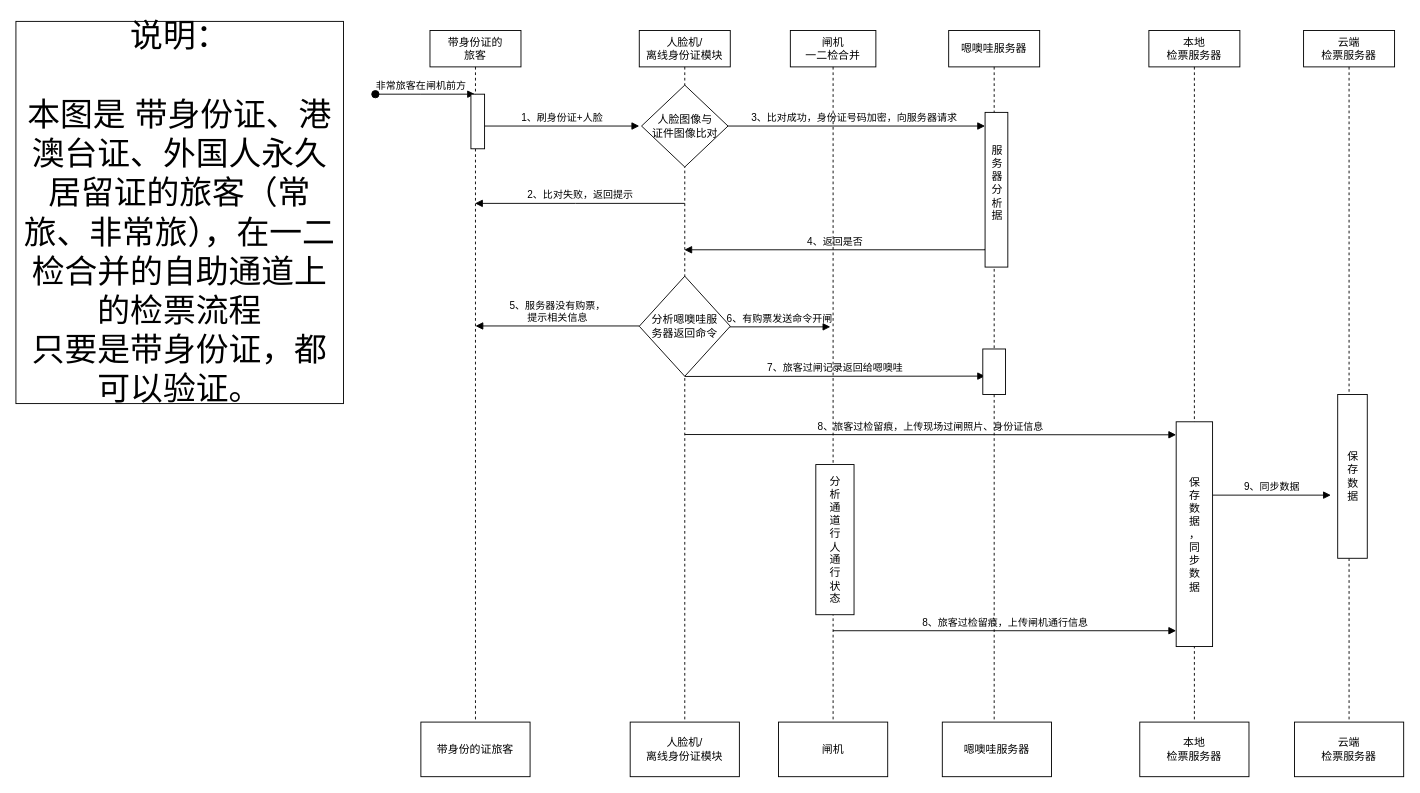
Before: 带身份证游客--自助通道.drawio in liucg63/-, a draw.io diagram. Source tidied: cells renumbered, new cells numbered last; positions are measured from the earlier drawing's top-left corner, leaving out a move shared by most shapes. Both pictures are drawn from the tidied source at 91%, with x=0, y=0 at pixel (15, 21).
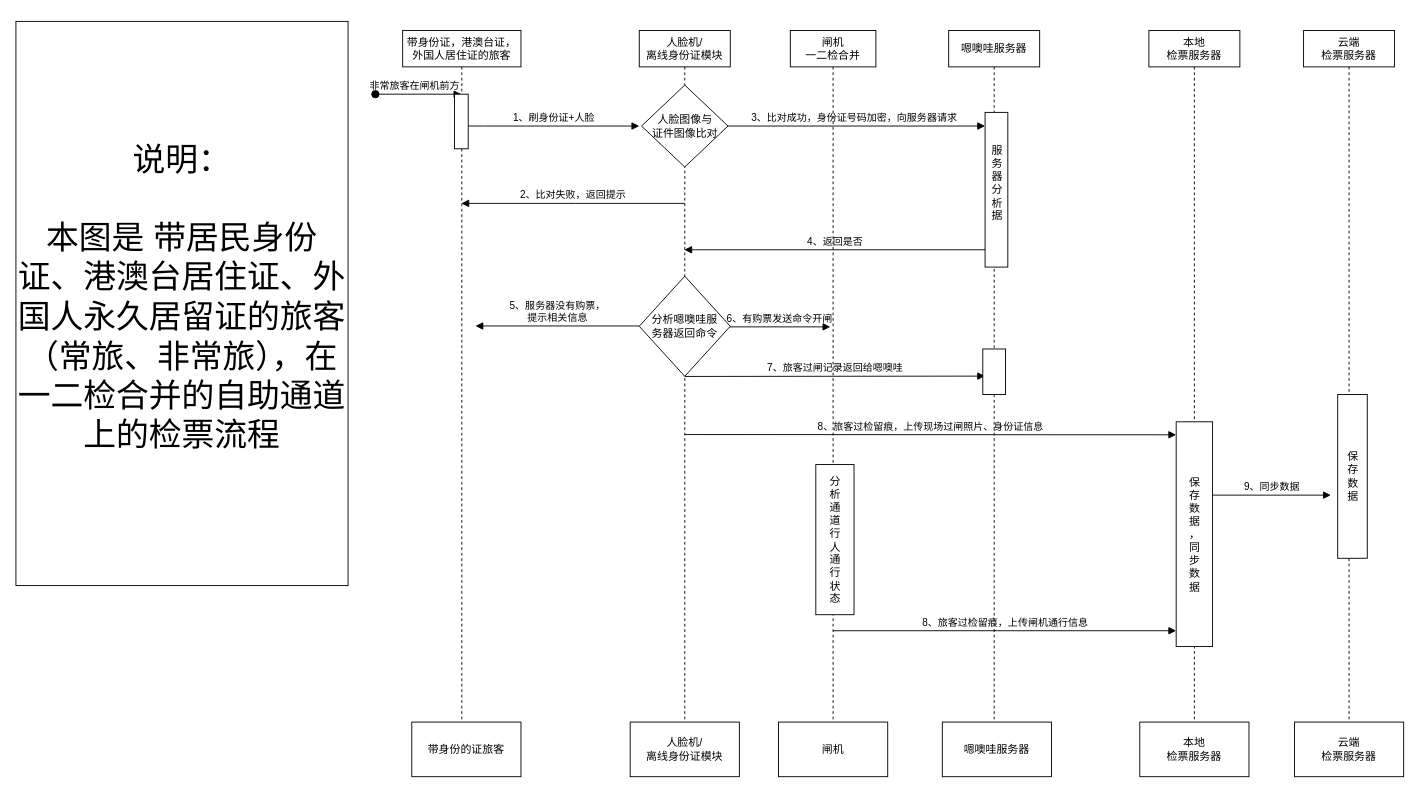
After the change.

Commit message (it also covers changes not shown here):
更新带身份证游客--自助通道.drawio

The edit, as a diff of the source:
```diff
@@
     <mxCell id="12" style="group;" parent="1" vertex="1">
-      <mxGeometry x="445" y="10" width="120" height="820" as="geometry" />
+      <mxGeometry x="435" y="10" width="120" height="820" as="geometry" />
     </mxCell>
-    <mxCell id="13" value="带身份证的&lt;div&gt;旅客&lt;/div&gt;" style="shape=umlLifeline;perimeter=lifelinePerimeter;whiteSpace=wrap;html=1;outlineConnect=0;portConstraint=eastwest;newEdgeStyle={&quot;edgeStyle&quot;:&quot;elbowEdgeStyle&quot;,&quot;elbow&quot;:&quot;vertical&quot;,&quot;curved&quot;:0,&quot;rounded&quot;:0};labelBackgroundColor=none;" parent="12" vertex="1">
-      <mxGeometry x="10" width="100" height="760" as="geometry" />
+    <mxCell id="13" value="带身份证，港澳台证，外国人居住证的&lt;span style=&quot;background-color: transparent; color: light-dark(rgb(0, 0, 0), rgb(255, 255, 255));&quot;&gt;旅客&lt;/span&gt;" style="shape=umlLifeline;perimeter=lifelinePerimeter;whiteSpace=wrap;html=1;outlineConnect=0;portConstraint=eastwest;newEdgeStyle={&quot;edgeStyle&quot;:&quot;elbowEdgeStyle&quot;,&quot;elbow&quot;:&quot;vertical&quot;,&quot;curved&quot;:0,&quot;rounded&quot;:0};labelBackgroundColor=none;" parent="12" vertex="1">
+      <mxGeometry x="-10" width="130" height="760" as="geometry" />
     </mxCell>
     <mxCell id="14" style="html=1;points=[];perimeter=orthogonalPerimeter;outlineConnect=0;targetShapes=umlLifeline;portConstraint=eastwest;newEdgeStyle={&quot;edgeStyle&quot;:&quot;elbowEdgeStyle&quot;,&quot;elbow&quot;:&quot;vertical&quot;,&quot;curved&quot;:0,&quot;rounded&quot;:0};labelBackgroundColor=none;" parent="13" vertex="1">
-      <mxGeometry x="45" y="70" width="15" height="60" as="geometry" />
+      <mxGeometry x="57" y="70" width="15" height="60" as="geometry" />
     </mxCell>
@@
-    <mxCell id="39" value="&lt;font style=&quot;font-size: 36px;&quot;&gt;说明：&lt;/font&gt;&lt;div&gt;&lt;span style=&quot;font-size: 36px;&quot;&gt;&lt;br&gt;&lt;/span&gt;&lt;div&gt;&lt;font style=&quot;font-size: 36px;&quot;&gt;本图是 带身份证、港澳台证、外国人永久居留证的旅客（常旅、非常旅），在一二检合并的自助通道上的检票流程&lt;/font&gt;&lt;/div&gt;&lt;/div&gt;&lt;div&gt;&lt;font style=&quot;font-size: 36px;&quot;&gt;只要是带身份证，都可以验证。&lt;/font&gt;&lt;/div&gt;" style="rounded=0;whiteSpace=wrap;html=1;" parent="1" vertex="1">
-      <mxGeometry width="360" height="420" as="geometry" />
+    <mxCell id="39" value="&lt;font style=&quot;font-size: 36px;&quot;&gt;说明：&lt;/font&gt;&lt;div&gt;&lt;span style=&quot;font-size: 36px;&quot;&gt;&lt;br&gt;&lt;/span&gt;&lt;div&gt;&lt;font style=&quot;font-size: 36px;&quot;&gt;本图是 带居民身份证、港澳台居住证、外国人永久居留证的旅客（常旅、非常旅），在一二检合并的自助通道上的检票流程&lt;/font&gt;&lt;/div&gt;&lt;/div&gt;&lt;div&gt;&lt;br&gt;&lt;/div&gt;" style="rounded=0;whiteSpace=wrap;html=1;" parent="1" vertex="1">
+      <mxGeometry width="365" height="620" as="geometry" />
     </mxCell>
```
